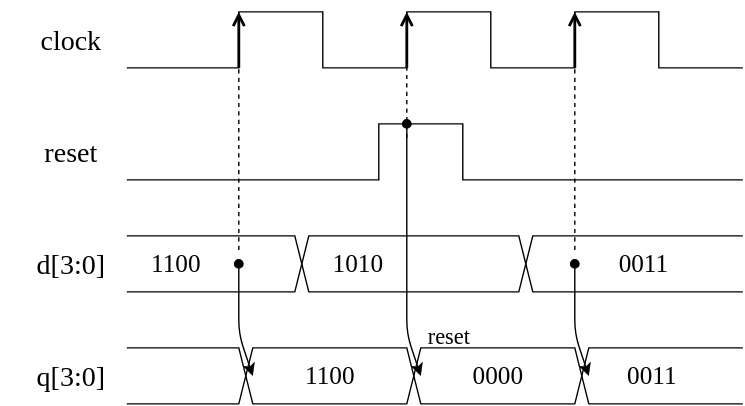
The draw.io diagram src/assets/chap05_register_r_timing.svg in rikitoro/GE4_EmbeddedSystemsIII_2025, before a commit. Source tidied: cells renumbered, new cells last; positions are measured from the earlier drawing's top-left corner, leaving out a move shared by most shapes.
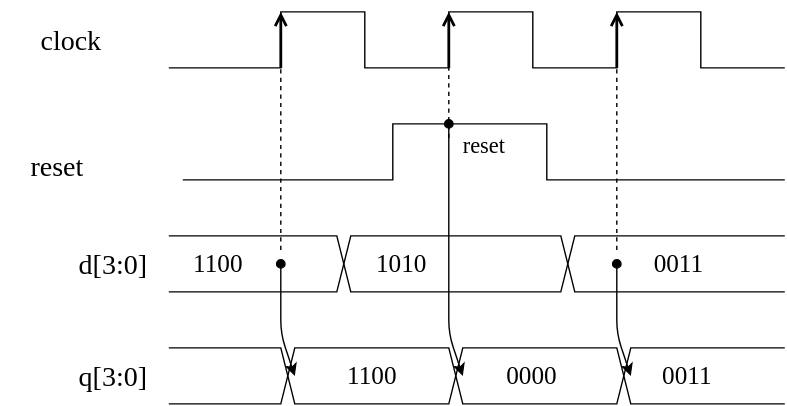
After the change.

The edit, as a diff of the source:
```diff
@@ -2,28 +2,8 @@
   <root>
     <mxCell id="0" />
     <mxCell id="1" parent="0" />
-    <mxCell id="2" style="endArrow=none;html=1;rounded=0;curved=0;" parent="1" edge="1">
-      <mxGeometry relative="1" as="geometry">
-        <mxPoint x="90" y="40" as="sourcePoint" />
-        <mxPoint x="530" y="40" as="targetPoint" />
-        <Array as="points">
-          <mxPoint x="170" y="40" />
-          <mxPoint x="170" />
-          <mxPoint x="230" />
-          <mxPoint x="230" y="40" />
-          <mxPoint x="290" y="40" />
-          <mxPoint x="290" />
-          <mxPoint x="350" />
-          <mxPoint x="350" y="40" />
-          <mxPoint x="410" y="40" />
-          <mxPoint x="410" />
-          <mxPoint x="470" />
-          <mxPoint x="470" y="40" />
-        </Array>
-      </mxGeometry>
-    </mxCell>
     <mxCell id="3" value="clock" style="text;html=1;align=center;verticalAlign=middle;strokeColor=none;fillColor=none;fontFamily=Lucida Console;fontSize=20;" parent="1" vertex="1">
-      <mxGeometry x="10" width="80" height="40" as="geometry" />
+      <mxGeometry x="-20" width="80" height="40" as="geometry" />
     </mxCell>
     <mxCell id="4" style="endArrow=none;html=1;rounded=0;curved=0;" parent="1" edge="1">
       <mxGeometry relative="1" as="geometry">
@@ -113,27 +93,12 @@
         </Array>
       </mxGeometry>
     </mxCell>
-    <mxCell id="15" style="endArrow=none;dashed=1;html=1;" parent="1" edge="1">
-      <mxGeometry relative="1" as="geometry">
-        <mxPoint x="170" y="170" as="sourcePoint" />
-        <mxPoint x="170" y="40" as="targetPoint" />
-      </mxGeometry>
-    </mxCell>
     <mxCell id="16" value="1100" style="text;html=1;align=center;verticalAlign=middle;strokeColor=none;fillColor=none;fontFamily=Lucida Console;fontSize=18;" parent="1" vertex="1">
       <mxGeometry x="200" y="240" width="70" height="40" as="geometry" />
     </mxCell>
     <mxCell id="17" value="1010" style="text;html=1;align=center;verticalAlign=middle;strokeColor=none;fillColor=none;fontFamily=Lucida Console;fontSize=18;" parent="1" vertex="1">
-      <mxGeometry x="220" y="160" width="70" height="40" as="geometry" />
+      <mxGeometry x="221" y="160" width="70" height="40" as="geometry" />
     </mxCell>
-    <mxCell id="18" style="endArrow=classic;html=1;startArrow=oval;startFill=1;" parent="1" edge="1">
-      <mxGeometry relative="1" as="geometry">
-        <mxPoint x="290" y="80" as="sourcePoint" />
-        <mxPoint x="300" y="260" as="targetPoint" />
-        <Array as="points">
-          <mxPoint x="290" y="230" />
-        </Array>
-      </mxGeometry>
-    </mxCell>
     <mxCell id="19" style="endArrow=none;dashed=1;html=1;" parent="1" edge="1">
       <mxGeometry relative="1" as="geometry">
         <mxPoint x="290" y="90" as="sourcePoint" />
@@ -150,13 +115,13 @@
       </mxGeometry>
     </mxCell>
     <mxCell id="21" value="0000" style="text;html=1;align=center;verticalAlign=middle;strokeColor=none;fillColor=none;fontFamily=Lucida Console;fontSize=18;" parent="1" vertex="1">
-      <mxGeometry x="320" y="240" width="70" height="40" as="geometry" />
+      <mxGeometry x="314" y="240" width="70" height="40" as="geometry" />
     </mxCell>
     <mxCell id="22" value="0011" style="text;html=1;align=center;verticalAlign=middle;strokeColor=none;fillColor=none;fontFamily=Lucida Console;fontSize=18;" parent="1" vertex="1">
-      <mxGeometry x="424" y="160" width="70" height="40" as="geometry" />
+      <mxGeometry x="419" y="160" width="70" height="40" as="geometry" />
     </mxCell>
     <mxCell id="23" value="0011" style="text;html=1;align=center;verticalAlign=middle;strokeColor=none;fillColor=none;fontFamily=Lucida Console;fontSize=18;" parent="1" vertex="1">
-      <mxGeometry x="430" y="240" width="70" height="40" as="geometry" />
+      <mxGeometry x="425" y="240" width="70" height="40" as="geometry" />
     </mxCell>
     <mxCell id="24" style="endArrow=none;dashed=1;html=1;" parent="1" edge="1">
       <mxGeometry relative="1" as="geometry">
@@ -164,23 +129,58 @@
         <mxPoint x="410" y="40" as="targetPoint" />
       </mxGeometry>
     </mxCell>
-    <mxCell id="25" style="endArrow=none;html=1;rounded=0;curved=0;" parent="1" edge="1">
-      <mxGeometry relative="1" as="geometry">
-        <mxPoint x="90" y="120" as="sourcePoint" />
-        <mxPoint x="530" y="120" as="targetPoint" />
-        <Array as="points">
-          <mxPoint x="270" y="120" />
-          <mxPoint x="270" y="80" />
-          <mxPoint x="330" y="80" />
-          <mxPoint x="330" y="120" />
-        </Array>
-      </mxGeometry>
-    </mxCell>
     <mxCell id="26" value="reset" style="text;html=1;align=center;verticalAlign=middle;strokeColor=none;fillColor=none;fontFamily=Lucida Console;fontSize=20;" parent="1" vertex="1">
-      <mxGeometry x="10" y="80" width="80" height="40" as="geometry" />
+      <mxGeometry x="-30" y="90" width="80" height="40" as="geometry" />
     </mxCell>
-    <mxCell id="27" value="&lt;font style=&quot;font-size: 16px;&quot;&gt;reset&lt;/font&gt;" style="text;html=1;align=center;verticalAlign=middle;strokeColor=none;fillColor=none;fontFamily=Lucida Console;fontSize=20;" parent="1" vertex="1">
-      <mxGeometry x="285" y="210" width="70" height="40" as="geometry" />
+    <mxCell id="27" value="&lt;font&gt;reset&lt;/font&gt;" style="text;html=1;align=center;verticalAlign=middle;strokeColor=none;fillColor=none;fontFamily=Lucida Console;fontSize=16;" parent="1" vertex="1">
+      <mxGeometry x="280" y="80" width="70" height="30" as="geometry" />
     </mxCell>
+    <mxCell id="28" style="endArrow=none;html=1;rounded=0;curved=0;" parent="1" edge="1">
+      <mxGeometry relative="1" as="geometry">
+        <mxPoint x="90" y="40" as="sourcePoint" />
+        <mxPoint x="530" y="40" as="targetPoint" />
+        <Array as="points">
+          <mxPoint x="170" y="40" />
+          <mxPoint x="170" />
+          <mxPoint x="230" />
+          <mxPoint x="230" y="40" />
+          <mxPoint x="290" y="40" />
+          <mxPoint x="290" />
+          <mxPoint x="350" />
+          <mxPoint x="350" y="40" />
+          <mxPoint x="410" y="40" />
+          <mxPoint x="410" />
+          <mxPoint x="470" />
+          <mxPoint x="470" y="40" />
+        </Array>
+      </mxGeometry>
+    </mxCell>
+    <mxCell id="29" style="endArrow=none;html=1;rounded=0;curved=0;" parent="1" edge="1">
+      <mxGeometry relative="1" as="geometry">
+        <mxPoint x="100" y="120" as="sourcePoint" />
+        <mxPoint x="530" y="120" as="targetPoint" />
+        <Array as="points">
+          <mxPoint x="250" y="120" />
+          <mxPoint x="250" y="80" />
+          <mxPoint x="360" y="80" />
+          <mxPoint x="360" y="120" />
+        </Array>
+      </mxGeometry>
+    </mxCell>
+    <mxCell id="30" style="endArrow=none;dashed=1;html=1;" parent="1" edge="1">
+      <mxGeometry relative="1" as="geometry">
+        <mxPoint x="170" y="170" as="sourcePoint" />
+        <mxPoint x="170" y="40" as="targetPoint" />
+      </mxGeometry>
+    </mxCell>
+    <mxCell id="31" style="endArrow=classic;html=1;startArrow=oval;startFill=1;" parent="1" edge="1">
+      <mxGeometry relative="1" as="geometry">
+        <mxPoint x="290" y="80" as="sourcePoint" />
+        <mxPoint x="300" y="260" as="targetPoint" />
+        <Array as="points">
+          <mxPoint x="290" y="230" />
+        </Array>
+      </mxGeometry>
+    </mxCell>
   </root>
 </mxGraphModel>
```
